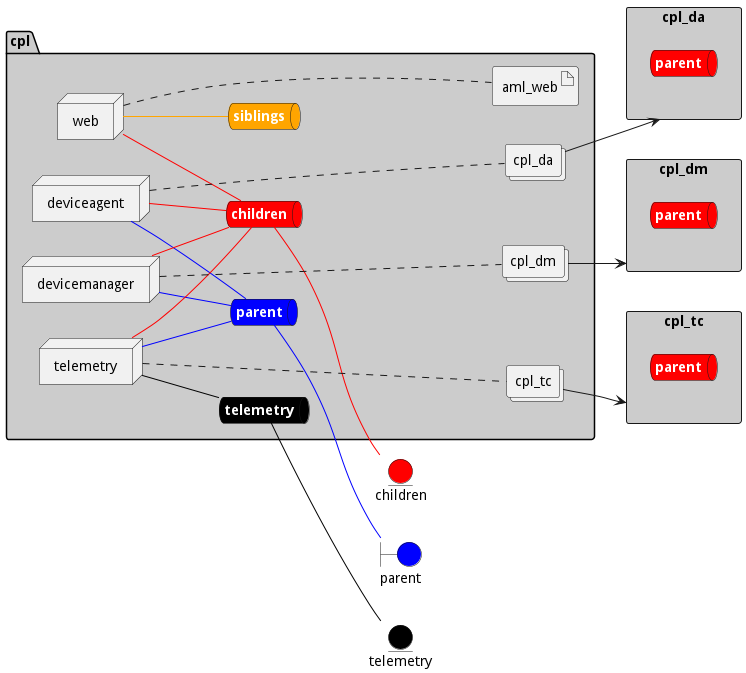
Earlier version of the PlantUML export docs/edgemere/cpl/envs/test/deployment.png (madajaju/edgemere). Source of this version:
```plantuml
@startuml

left to right direction


boundary parent #blue


entity telemetry #black

entity children #red

rectangle "cpl_da" as cpl_daStack #cccccc {
    queue cpl_daStacksnet #red [
        <b><color:white>parent</color></b>
    ]
}
rectangle "cpl_dm" as cpl_dmStack #cccccc {
    queue cpl_dmStacksnet #red [
        <b><color:white>parent</color></b>
    ]
}
rectangle "cpl_tc" as cpl_tcStack #cccccc {
    queue cpl_tcStacksnet #red [
        <b><color:white>parent</color></b>
    ]
}



package "cpl" #cccccc {
    queue telemetrynet #black [
            <b><color:white>telemetry</color></b>
    ]

    telemetrynet -[#black]- telemetry

    queue parentnet #blue [
            <b><color:white>parent</color></b>
    ]

    parentnet -[#blue]- parent

    queue childrennet #red [
            <b><color:white>children</color></b>
    ]

    childrennet -[#red]- children

    queue siblingsnet #orange [
            <b><color:white>siblings</color></b>
    ]


node "web" as webService
node "deviceagent" as deviceagentService
node "devicemanager" as devicemanagerService
node "telemetry" as telemetryService


        artifact "aml_web" as aml_webimage
            collections "cpl_da" as cpl_daimage
            collections "cpl_dm" as cpl_dmimage
            collections "cpl_tc" as cpl_tcimage

}

webService -[#red]- childrennet

webService -[#orange]- siblingsnet

deviceagentService -[#red]- childrennet

deviceagentService -[#blue]- parentnet

devicemanagerService -[#red]- childrennet

devicemanagerService -[#blue]- parentnet

telemetryService -[#red]- childrennet

telemetryService -[#blue]- parentnet

telemetryService -[#black]- telemetrynet
webService .... aml_webimage
deviceagentService .... cpl_daimage
devicemanagerService .... cpl_dmimage
telemetryService .... cpl_tcimage

cpl_daimage --> cpl_daStack

cpl_dmimage --> cpl_dmStack

cpl_tcimage --> cpl_tcStack


@enduml
```
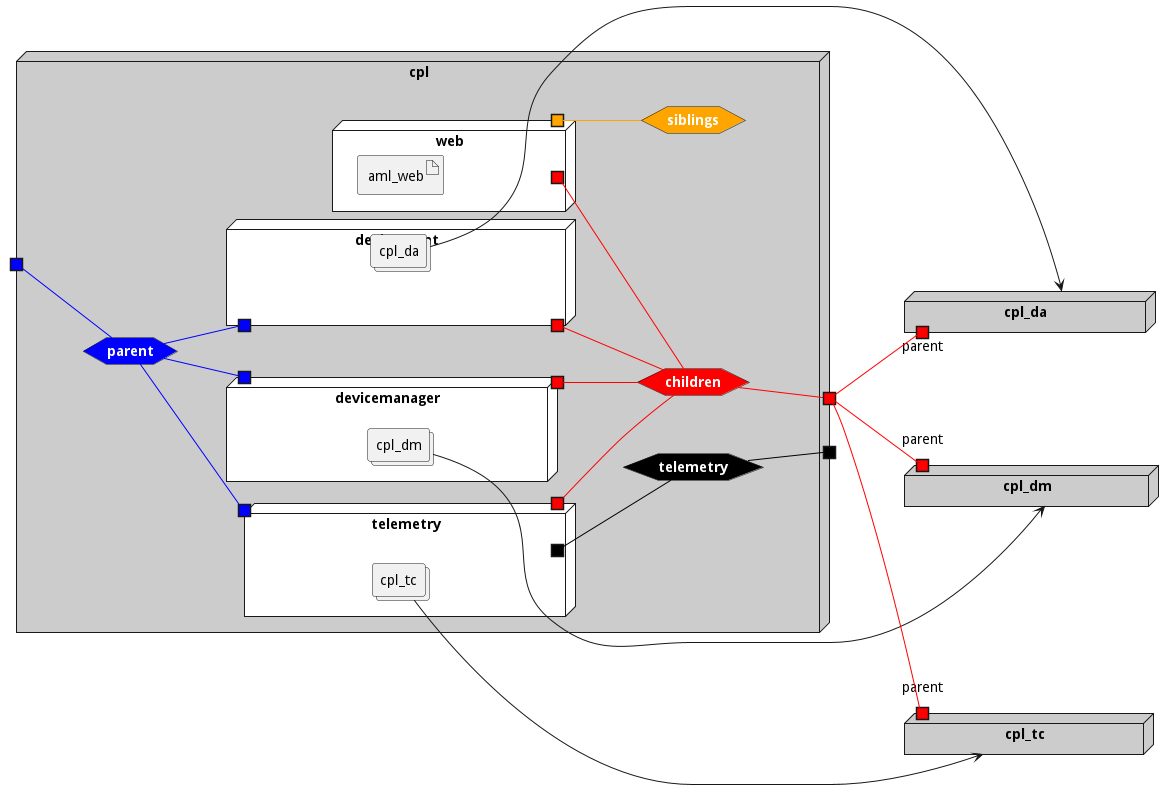
After the commit.

Change to the diagram source:
```diff
@@ -3,95 +3,106 @@
 left to right direction
 
 
-boundary parent #blue
 
 
-entity telemetry #black
 
-entity children #red
-
-rectangle "cpl_da" as cpl_daStack #cccccc {
-    queue cpl_daStacksnet #red [
-        <b><color:white>parent</color></b>
-    ]
+node "cpl_da" as cpl_daStack #cccccc {
+    portin "parent" as cpl_daStackPortIn #red
 }
-rectangle "cpl_dm" as cpl_dmStack #cccccc {
-    queue cpl_dmStacksnet #red [
-        <b><color:white>parent</color></b>
-    ]
+node "cpl_dm" as cpl_dmStack #cccccc {
+    portin "parent" as cpl_dmStackPortIn #red
 }
-rectangle "cpl_tc" as cpl_tcStack #cccccc {
-    queue cpl_tcStacksnet #red [
-        <b><color:white>parent</color></b>
-    ]
+node "cpl_tc" as cpl_tcStack #cccccc {
+    portin "parent" as cpl_tcStackPortIn #red
 }
 
 
 
-package "cpl" #cccccc {
-    queue telemetrynet #black [
+node "cpl" #cccccc {
+
+
+    hexagon telemetrynet #black [
             <b><color:white>telemetry</color></b>
     ]
 
-    telemetrynet -[#black]- telemetry
+    portout " " as telemetrynetPortOut #black
+    telemetrynet -[#black]- telemetrynetPortOut
 
-    queue parentnet #blue [
+    hexagon parentnet #blue [
             <b><color:white>parent</color></b>
     ]
 
-    parentnet -[#blue]- parent
+    portin " " as parentnetPortIn #blue
+    parentnetPortIn -[#blue]- parentnet
 
-    queue childrennet #red [
+    hexagon childrennet #red [
             <b><color:white>children</color></b>
     ]
 
-    childrennet -[#red]- children
+    portout " " as childrennetPortOut #red
+    childrennet -[#red]- childrennetPortOut
 
-    queue siblingsnet #orange [
+    hexagon siblingsnet #orange [
             <b><color:white>siblings</color></b>
     ]
 
 
-node "web" as webService
-node "deviceagent" as deviceagentService
-node "devicemanager" as devicemanagerService
-node "telemetry" as telemetryService
+node "web" as webService #white {
+    portOut " " as webServicechildrennet #red
+   webServicechildrennet -[#red]- childrennet
+       portOut " " as webServicesiblingsnet #orange
+   webServicesiblingsnet -[#orange]- siblingsnet
 
 
-        artifact "aml_web" as aml_webimage
-            collections "cpl_da" as cpl_daimage
-            collections "cpl_dm" as cpl_dmimage
-            collections "cpl_tc" as cpl_tcimage
+    artifact "aml_web" as aml_webimage
+
+}
+node "deviceagent" as deviceagentService #white {
+    portOut " " as deviceagentServicechildrennet #red
+   deviceagentServicechildrennet -[#red]- childrennet
+
+    portIn " " as deviceagentServiceparentnet #blue
+    parentnet -[#blue]- deviceagentServiceparentnet
+
+    collections "cpl_da" as cpl_daimage
+
+}
+node "devicemanager" as devicemanagerService #white {
+    portOut " " as devicemanagerServicechildrennet #red
+   devicemanagerServicechildrennet -[#red]- childrennet
+
+    portIn " " as devicemanagerServiceparentnet #blue
+    parentnet -[#blue]- devicemanagerServiceparentnet
+
+    collections "cpl_dm" as cpl_dmimage
+
+}
+node "telemetry" as telemetryService #white {
+    portOut " " as telemetryServicechildrennet #red
+   telemetryServicechildrennet -[#red]- childrennet
+
+    portIn " " as telemetryServiceparentnet #blue
+    parentnet -[#blue]- telemetryServiceparentnet
+        portOut " " as telemetryServicetelemetrynet #black
+   telemetryServicetelemetrynet -[#black]- telemetrynet
+
+    collections "cpl_tc" as cpl_tcimage
 
 }
 
-webService -[#red]- childrennet
-
-webService -[#orange]- siblingsnet
-
-deviceagentService -[#red]- childrennet
-
-deviceagentService -[#blue]- parentnet
-
-devicemanagerService -[#red]- childrennet
-
-devicemanagerService -[#blue]- parentnet
-
-telemetryService -[#red]- childrennet
-
-telemetryService -[#blue]- parentnet
-
-telemetryService -[#black]- telemetrynet
-webService .... aml_webimage
-deviceagentService .... cpl_daimage
-devicemanagerService .... cpl_dmimage
-telemetryService .... cpl_tcimage
+}
 
 cpl_daimage --> cpl_daStack
 
+    childrennetPortOut -[#red]- cpl_daStackPortIn
+
 cpl_dmimage --> cpl_dmStack
+
+    childrennetPortOut -[#red]- cpl_dmStackPortIn
 
 cpl_tcimage --> cpl_tcStack
 
+    childrennetPortOut -[#red]- cpl_tcStackPortIn
+
 
 @enduml
```
